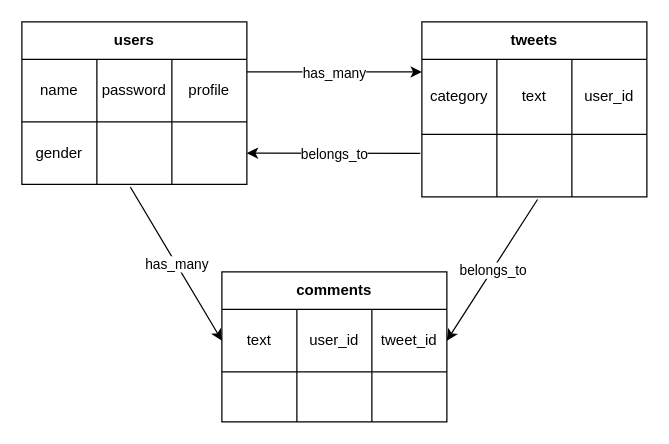
Above: config/Database_design.dio in genzisan/solution (draw.io), before the change. Source tidied: cells renumbered, new cells numbered last; positions are measured from the earlier drawing's top-left corner, leaving out a move shared by most shapes. Both pictures are drawn from the tidied source at 125%, with x=0, y=0 at pixel (21, 21).
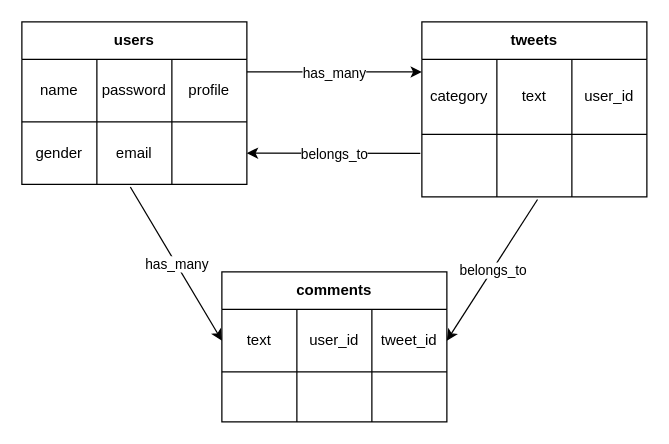
The same diagram, later.

Unchanged cells that the change refers to:
```xml
<mxCell id="25" style="shape=partialRectangle;html=1;whiteSpace=wrap;fillColor=none;top=0;left=0;bottom=0;right=0;points=[[0,0.5],[1,0.5]];portConstraint=eastwest;" parent="20" vertex="1">
  <mxGeometry y="80" width="180" height="50" as="geometry" />
</mxCell>
```

The edit, as a diff of the source:
```diff
@@
-    <mxCell id="27" style="shape=partialRectangle;html=1;whiteSpace=wrap;fillColor=none;top=0;left=0;bottom=0;right=0;overflow=hidden;" parent="25" vertex="1">
+    <mxCell id="27" value="email" style="shape=partialRectangle;html=1;whiteSpace=wrap;fillColor=none;top=0;left=0;bottom=0;right=0;overflow=hidden;" parent="25" vertex="1">
       <mxGeometry x="60" width="60" height="50" as="geometry" />
     </mxCell>
```
